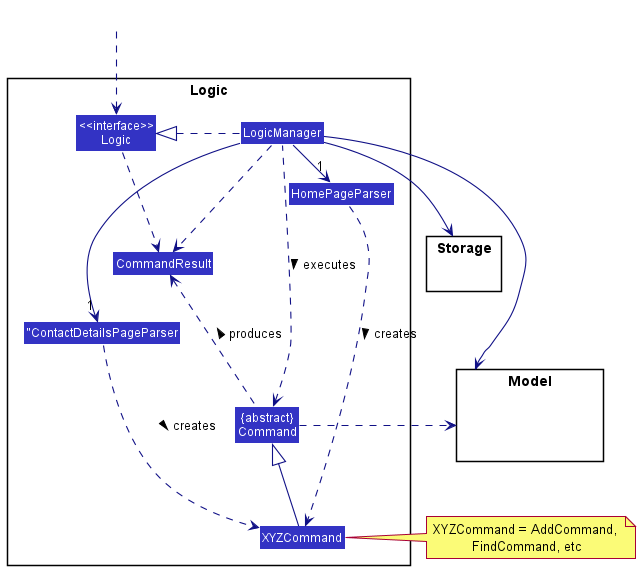
Before: docs/images/LogicClassDiagram.png, a diagram exported from PlantUML (tonishka/tp).
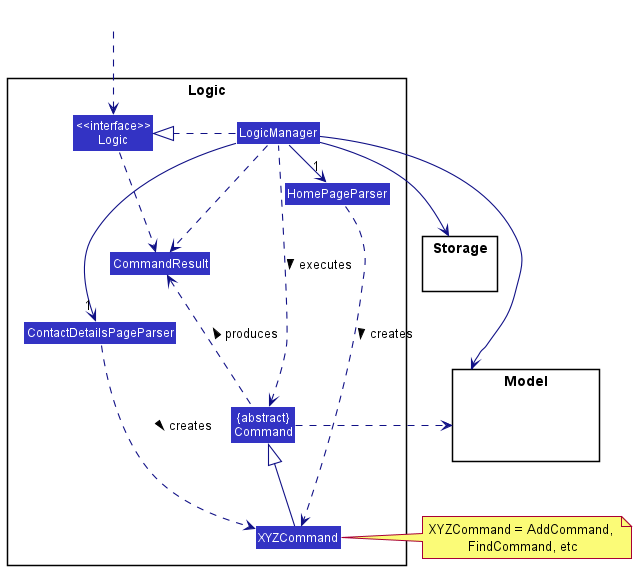
After the commit.

What changed in the source:
```diff
@@ -7,7 +7,7 @@
 package Logic {
 
 Class "HomePageParser" as AddressBookParser
-Class ""ContactDetailsPageParser" as ContactDetailsParser
+Class "ContactDetailsPageParser" as ContactDetailsParser
 Class XYZCommand
 Class CommandResult
 Class "{abstract}\nCommand" as Command
```
